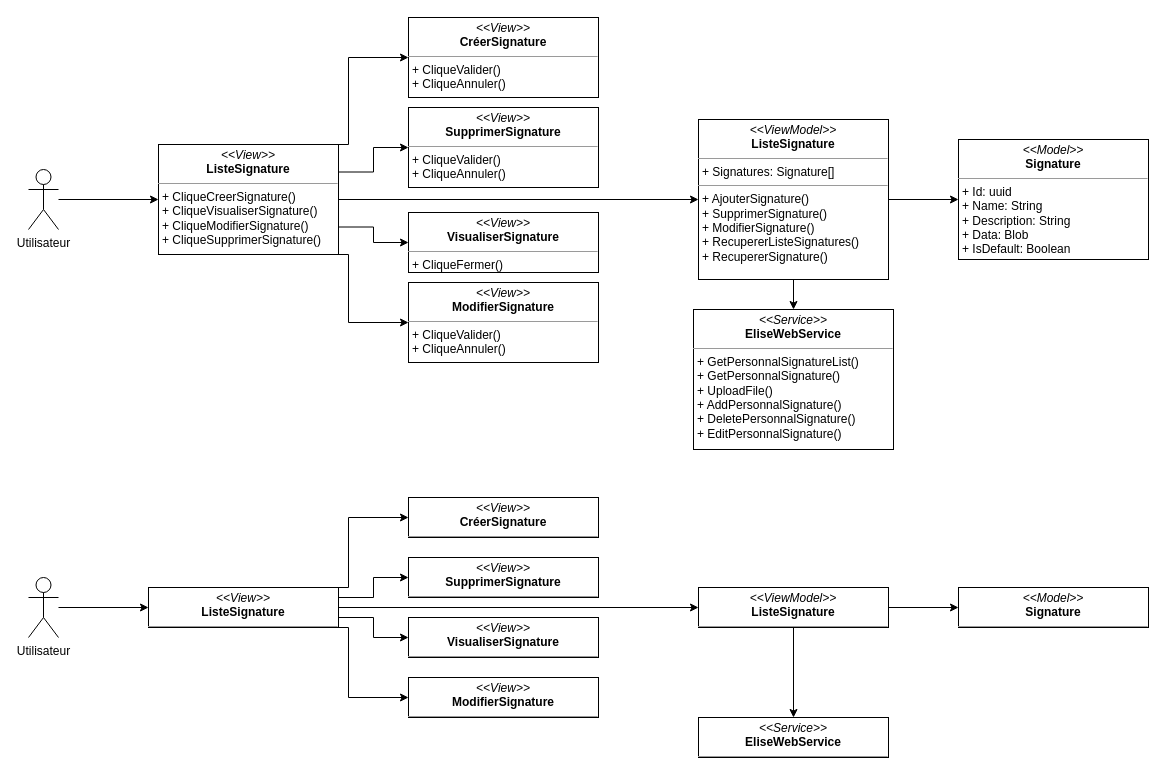
Above: dcpSignatures.drawio in PFE-Neoledge-2023/rapport (draw.io), before the change. Source tidied: cells renumbered, new cells numbered last; positions are measured from the earlier drawing's top-left corner, leaving out a move shared by most shapes. Both pictures are drawn from the tidied source at 100%, with x=0, y=0 at pixel (28, 17).
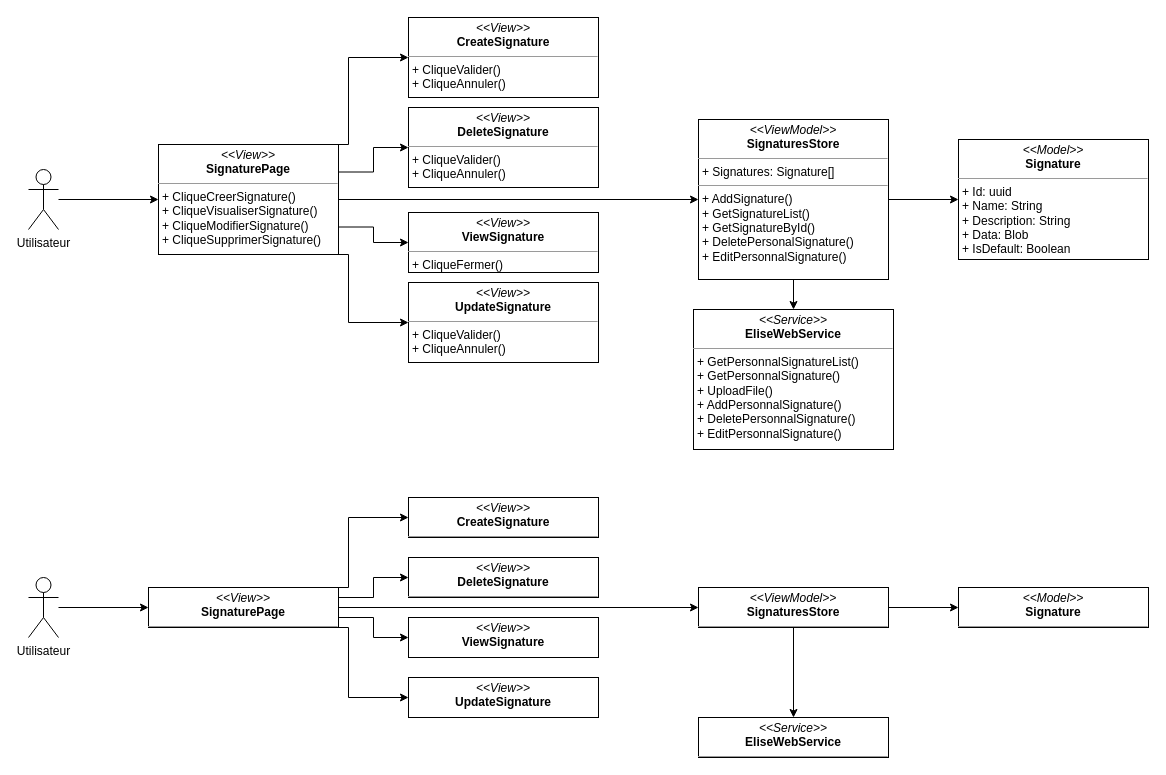
The same page after the edit.

The edit, as a diff of the source:
```diff
@@
-    <mxCell id="9" value="&lt;p style=&quot;margin:0px;margin-top:4px;text-align:center;&quot;&gt;&lt;i&gt;&amp;lt;&amp;lt;View&amp;gt;&amp;gt;&lt;/i&gt;&lt;br&gt;&lt;b&gt;ListeSignature&lt;/b&gt;&lt;/p&gt;&lt;hr style=&quot;border-color: var(--border-color);&quot; size=&quot;1&quot;&gt;&lt;p style=&quot;border-color: var(--border-color); margin: 0px 0px 0px 4px;&quot;&gt;+ CliqueCreerSignature()&lt;/p&gt;&lt;p style=&quot;border-color: var(--border-color); margin: 0px 0px 0px 4px;&quot;&gt;+ CliqueVisualiserSignature()&lt;/p&gt;&lt;p style=&quot;border-color: var(--border-color); margin: 0px 0px 0px 4px;&quot;&gt;+ CliqueModifierSignature()&lt;/p&gt;&lt;p style=&quot;border-color: var(--border-color); margin: 0px 0px 0px 4px;&quot;&gt;+ CliqueSupprimerSignature()&lt;/p&gt;" style="verticalAlign=top;align=left;overflow=fill;fontSize=12;fontFamily=Helvetica;html=1;whiteSpace=wrap;" parent="1" vertex="1">
+    <mxCell id="9" value="&lt;p style=&quot;margin:0px;margin-top:4px;text-align:center;&quot;&gt;&lt;i&gt;&amp;lt;&amp;lt;View&amp;gt;&amp;gt;&lt;/i&gt;&lt;br&gt;&lt;b&gt;SignaturePage&lt;/b&gt;&lt;br&gt;&lt;/p&gt;&lt;hr style=&quot;border-color: var(--border-color);&quot; size=&quot;1&quot;&gt;&lt;p style=&quot;border-color: var(--border-color); margin: 0px 0px 0px 4px;&quot;&gt;+ CliqueCreerSignature()&lt;/p&gt;&lt;p style=&quot;border-color: var(--border-color); margin: 0px 0px 0px 4px;&quot;&gt;+ CliqueVisualiserSignature()&lt;/p&gt;&lt;p style=&quot;border-color: var(--border-color); margin: 0px 0px 0px 4px;&quot;&gt;+ CliqueModifierSignature()&lt;/p&gt;&lt;p style=&quot;border-color: var(--border-color); margin: 0px 0px 0px 4px;&quot;&gt;+ CliqueSupprimerSignature()&lt;/p&gt;" style="verticalAlign=top;align=left;overflow=fill;fontSize=12;fontFamily=Helvetica;html=1;whiteSpace=wrap;" parent="1" vertex="1">
       <mxGeometry x="130" y="127" width="180" height="110" as="geometry" />
     </mxCell>
@@
-    <mxCell id="11" value="&lt;p style=&quot;margin:0px;margin-top:4px;text-align:center;&quot;&gt;&lt;i&gt;&amp;lt;&amp;lt;ViewModel&amp;gt;&amp;gt;&lt;/i&gt;&lt;br&gt;&lt;b&gt;ListeSignature&lt;/b&gt;&lt;/p&gt;&lt;hr size=&quot;1&quot;&gt;&lt;p style=&quot;margin:0px;margin-left:4px;&quot;&gt;+ Signatures: Signature[]&lt;br&gt;&lt;/p&gt;&lt;hr size=&quot;1&quot;&gt;&lt;p style=&quot;margin:0px;margin-left:4px;&quot;&gt;+ AjouterSignature()&lt;/p&gt;&lt;p style=&quot;margin:0px;margin-left:4px;&quot;&gt;+ SupprimerSignature()&lt;/p&gt;&lt;p style=&quot;margin:0px;margin-left:4px;&quot;&gt;+ ModifierSignature()&lt;/p&gt;&lt;p style=&quot;margin:0px;margin-left:4px;&quot;&gt;+ RecupererListeSignatures()&lt;/p&gt;&lt;p style=&quot;margin:0px;margin-left:4px;&quot;&gt;+ RecupererSignature()&lt;/p&gt;" style="verticalAlign=top;align=left;overflow=fill;fontSize=12;fontFamily=Helvetica;html=1;whiteSpace=wrap;" parent="1" vertex="1">
+    <mxCell id="11" value="&lt;p style=&quot;margin:0px;margin-top:4px;text-align:center;&quot;&gt;&lt;i&gt;&amp;lt;&amp;lt;ViewModel&amp;gt;&amp;gt;&lt;/i&gt;&lt;br&gt;&lt;b&gt;SignaturesStore&lt;/b&gt;&lt;/p&gt;&lt;hr size=&quot;1&quot;&gt;&lt;p style=&quot;margin:0px;margin-left:4px;&quot;&gt;+ Signatures: Signature[]&lt;br&gt;&lt;/p&gt;&lt;hr size=&quot;1&quot;&gt;&lt;p style=&quot;margin:0px;margin-left:4px;&quot;&gt;+ AddSignature()&lt;/p&gt;&lt;p style=&quot;margin:0px;margin-left:4px;&quot;&gt;+ GetSignatureList()&lt;/p&gt;&lt;p style=&quot;margin: 0px 0px 0px 4px;&quot;&gt;+ GetSignatureById()&lt;/p&gt;&lt;p style=&quot;margin:0px;margin-left:4px;&quot;&gt;+ DeletePersonalSignature()&lt;/p&gt;&lt;p style=&quot;margin:0px;margin-left:4px;&quot;&gt;+ EditPersonnalSignature()&lt;/p&gt;" style="verticalAlign=top;align=left;overflow=fill;fontSize=12;fontFamily=Helvetica;html=1;whiteSpace=wrap;" parent="1" vertex="1">
       <mxGeometry x="670" y="102" width="190" height="160" as="geometry" />
     </mxCell>
-    <mxCell id="12" value="&lt;p style=&quot;margin:0px;margin-top:4px;text-align:center;&quot;&gt;&lt;i&gt;&amp;lt;&amp;lt;View&amp;gt;&amp;gt;&lt;/i&gt;&lt;br&gt;&lt;b&gt;CréerSignature&lt;/b&gt;&lt;/p&gt;&lt;hr size=&quot;1&quot;&gt;&lt;p style=&quot;margin:0px;margin-left:4px;&quot;&gt;&lt;/p&gt;&lt;p style=&quot;margin:0px;margin-left:4px;&quot;&gt;+ CliqueValider()&lt;/p&gt;&lt;p style=&quot;margin:0px;margin-left:4px;&quot;&gt;+ CliqueAnnuler()&lt;/p&gt;" style="verticalAlign=top;align=left;overflow=fill;fontSize=12;fontFamily=Helvetica;html=1;whiteSpace=wrap;" parent="1" vertex="1">
+    <mxCell id="12" value="&lt;p style=&quot;margin:0px;margin-top:4px;text-align:center;&quot;&gt;&lt;i&gt;&amp;lt;&amp;lt;View&amp;gt;&amp;gt;&lt;/i&gt;&lt;br&gt;&lt;b&gt;CreateSignature&lt;/b&gt;&lt;/p&gt;&lt;hr size=&quot;1&quot;&gt;&lt;p style=&quot;margin:0px;margin-left:4px;&quot;&gt;&lt;/p&gt;&lt;p style=&quot;margin:0px;margin-left:4px;&quot;&gt;+ CliqueValider()&lt;/p&gt;&lt;p style=&quot;margin:0px;margin-left:4px;&quot;&gt;+ CliqueAnnuler()&lt;/p&gt;" style="verticalAlign=top;align=left;overflow=fill;fontSize=12;fontFamily=Helvetica;html=1;whiteSpace=wrap;" parent="1" vertex="1">
       <mxGeometry x="380" width="190" height="80" as="geometry" />
     </mxCell>
-    <mxCell id="13" value="&lt;p style=&quot;margin:0px;margin-top:4px;text-align:center;&quot;&gt;&lt;i&gt;&amp;lt;&amp;lt;View&amp;gt;&amp;gt;&lt;/i&gt;&lt;br&gt;&lt;b&gt;ModifierSignature&lt;/b&gt;&lt;/p&gt;&lt;hr size=&quot;1&quot;&gt;&lt;p style=&quot;margin:0px;margin-left:4px;&quot;&gt;&lt;/p&gt;&lt;p style=&quot;border-color: var(--border-color); margin: 0px 0px 0px 4px;&quot;&gt;+ CliqueValider()&lt;/p&gt;&lt;p style=&quot;border-color: var(--border-color); margin: 0px 0px 0px 4px;&quot;&gt;+ CliqueAnnuler()&lt;/p&gt;" style="verticalAlign=top;align=left;overflow=fill;fontSize=12;fontFamily=Helvetica;html=1;whiteSpace=wrap;" parent="1" vertex="1">
+    <mxCell id="13" value="&lt;p style=&quot;margin:0px;margin-top:4px;text-align:center;&quot;&gt;&lt;i&gt;&amp;lt;&amp;lt;View&amp;gt;&amp;gt;&lt;/i&gt;&lt;br&gt;&lt;b&gt;UpdateSignature&lt;/b&gt;&lt;/p&gt;&lt;hr size=&quot;1&quot;&gt;&lt;p style=&quot;margin:0px;margin-left:4px;&quot;&gt;&lt;/p&gt;&lt;p style=&quot;border-color: var(--border-color); margin: 0px 0px 0px 4px;&quot;&gt;+ CliqueValider()&lt;/p&gt;&lt;p style=&quot;border-color: var(--border-color); margin: 0px 0px 0px 4px;&quot;&gt;+ CliqueAnnuler()&lt;/p&gt;" style="verticalAlign=top;align=left;overflow=fill;fontSize=12;fontFamily=Helvetica;html=1;whiteSpace=wrap;" parent="1" vertex="1">
       <mxGeometry x="380" y="265" width="190" height="80" as="geometry" />
     </mxCell>
-    <mxCell id="14" value="&lt;p style=&quot;margin:0px;margin-top:4px;text-align:center;&quot;&gt;&lt;i&gt;&amp;lt;&amp;lt;View&amp;gt;&amp;gt;&lt;/i&gt;&lt;br&gt;&lt;b&gt;SupprimerSignature&lt;/b&gt;&lt;/p&gt;&lt;hr size=&quot;1&quot;&gt;&lt;p style=&quot;margin:0px;margin-left:4px;&quot;&gt;&lt;/p&gt;&lt;p style=&quot;border-color: var(--border-color); margin: 0px 0px 0px 4px;&quot;&gt;+ CliqueValider()&lt;/p&gt;&lt;p style=&quot;border-color: var(--border-color); margin: 0px 0px 0px 4px;&quot;&gt;+ CliqueAnnuler()&lt;/p&gt;" style="verticalAlign=top;align=left;overflow=fill;fontSize=12;fontFamily=Helvetica;html=1;whiteSpace=wrap;" parent="1" vertex="1">
+    <mxCell id="14" value="&lt;p style=&quot;margin:0px;margin-top:4px;text-align:center;&quot;&gt;&lt;i&gt;&amp;lt;&amp;lt;View&amp;gt;&amp;gt;&lt;/i&gt;&lt;br&gt;&lt;b&gt;DeleteSignature&lt;/b&gt;&lt;/p&gt;&lt;hr size=&quot;1&quot;&gt;&lt;p style=&quot;margin:0px;margin-left:4px;&quot;&gt;&lt;/p&gt;&lt;p style=&quot;border-color: var(--border-color); margin: 0px 0px 0px 4px;&quot;&gt;+ CliqueValider()&lt;/p&gt;&lt;p style=&quot;border-color: var(--border-color); margin: 0px 0px 0px 4px;&quot;&gt;+ CliqueAnnuler()&lt;/p&gt;" style="verticalAlign=top;align=left;overflow=fill;fontSize=12;fontFamily=Helvetica;html=1;whiteSpace=wrap;" parent="1" vertex="1">
       <mxGeometry x="380" y="90" width="190" height="80" as="geometry" />
     </mxCell>
-    <mxCell id="15" value="&lt;p style=&quot;margin:0px;margin-top:4px;text-align:center;&quot;&gt;&lt;i&gt;&amp;lt;&amp;lt;View&amp;gt;&amp;gt;&lt;/i&gt;&lt;br&gt;&lt;b&gt;VisualiserSignature&lt;/b&gt;&lt;/p&gt;&lt;hr size=&quot;1&quot;&gt;&lt;p style=&quot;margin:0px;margin-left:4px;&quot;&gt;&lt;/p&gt;&lt;p style=&quot;border-color: var(--border-color); margin: 0px 0px 0px 4px;&quot;&gt;+ CliqueFermer()&lt;/p&gt;" style="verticalAlign=top;align=left;overflow=fill;fontSize=12;fontFamily=Helvetica;html=1;whiteSpace=wrap;" parent="1" vertex="1">
+    <mxCell id="15" value="&lt;p style=&quot;margin:0px;margin-top:4px;text-align:center;&quot;&gt;&lt;i&gt;&amp;lt;&amp;lt;View&amp;gt;&amp;gt;&lt;/i&gt;&lt;br&gt;&lt;b&gt;ViewSignature&lt;/b&gt;&lt;/p&gt;&lt;hr size=&quot;1&quot;&gt;&lt;p style=&quot;margin:0px;margin-left:4px;&quot;&gt;&lt;/p&gt;&lt;p style=&quot;border-color: var(--border-color); margin: 0px 0px 0px 4px;&quot;&gt;+ CliqueFermer()&lt;/p&gt;" style="verticalAlign=top;align=left;overflow=fill;fontSize=12;fontFamily=Helvetica;html=1;whiteSpace=wrap;" parent="1" vertex="1">
       <mxGeometry x="380" y="195" width="190" height="60" as="geometry" />
     </mxCell>
@@
-    <mxCell id="26" value="&lt;p style=&quot;margin:0px;margin-top:4px;text-align:center;&quot;&gt;&lt;i&gt;&amp;lt;&amp;lt;View&amp;gt;&amp;gt;&lt;/i&gt;&lt;br&gt;&lt;b&gt;ListeSignature&lt;/b&gt;&lt;/p&gt;&lt;hr size=&quot;1&quot;&gt;&lt;p style=&quot;margin:0px;margin-left:4px;&quot;&gt;&lt;/p&gt;&lt;p style=&quot;margin:0px;margin-left:4px;&quot;&gt;&lt;br&gt;&lt;/p&gt;" style="verticalAlign=top;align=left;overflow=fill;fontSize=12;fontFamily=Helvetica;html=1;whiteSpace=wrap;" parent="1" vertex="1">
+    <mxCell id="26" value="&lt;p style=&quot;margin:0px;margin-top:4px;text-align:center;&quot;&gt;&lt;i&gt;&amp;lt;&amp;lt;View&amp;gt;&amp;gt;&lt;/i&gt;&lt;br&gt;&lt;b&gt;SignaturePage&lt;/b&gt;&lt;br&gt;&lt;/p&gt;&lt;hr size=&quot;1&quot;&gt;&lt;p style=&quot;margin:0px;margin-left:4px;&quot;&gt;&lt;/p&gt;&lt;p style=&quot;margin:0px;margin-left:4px;&quot;&gt;&lt;br&gt;&lt;/p&gt;" style="verticalAlign=top;align=left;overflow=fill;fontSize=12;fontFamily=Helvetica;html=1;whiteSpace=wrap;" parent="1" vertex="1">
       <mxGeometry x="120" y="570" width="190" height="40" as="geometry" />
     </mxCell>
@@
-    <mxCell id="28" value="&lt;p style=&quot;margin:0px;margin-top:4px;text-align:center;&quot;&gt;&lt;i&gt;&amp;lt;&amp;lt;ViewModel&amp;gt;&amp;gt;&lt;/i&gt;&lt;br&gt;&lt;b&gt;ListeSignature&lt;/b&gt;&lt;/p&gt;&lt;hr size=&quot;1&quot;&gt;&lt;p style=&quot;margin:0px;margin-left:4px;&quot;&gt;&lt;br&gt;&lt;/p&gt;" style="verticalAlign=top;align=left;overflow=fill;fontSize=12;fontFamily=Helvetica;html=1;whiteSpace=wrap;" parent="1" vertex="1">
+    <mxCell id="28" value="&lt;p style=&quot;margin:0px;margin-top:4px;text-align:center;&quot;&gt;&lt;i&gt;&amp;lt;&amp;lt;ViewModel&amp;gt;&amp;gt;&lt;/i&gt;&lt;br&gt;&lt;b&gt;SignaturesStore&lt;/b&gt;&lt;br&gt;&lt;/p&gt;&lt;hr size=&quot;1&quot;&gt;&lt;p style=&quot;margin:0px;margin-left:4px;&quot;&gt;&lt;br&gt;&lt;/p&gt;" style="verticalAlign=top;align=left;overflow=fill;fontSize=12;fontFamily=Helvetica;html=1;whiteSpace=wrap;" parent="1" vertex="1">
       <mxGeometry x="670" y="570" width="190" height="40" as="geometry" />
     </mxCell>
-    <mxCell id="29" value="&lt;p style=&quot;margin:0px;margin-top:4px;text-align:center;&quot;&gt;&lt;i&gt;&amp;lt;&amp;lt;View&amp;gt;&amp;gt;&lt;/i&gt;&lt;br&gt;&lt;b&gt;CréerSignature&lt;/b&gt;&lt;/p&gt;&lt;hr size=&quot;1&quot;&gt;&lt;p style=&quot;margin:0px;margin-left:4px;&quot;&gt;&lt;/p&gt;&lt;p style=&quot;margin:0px;margin-left:4px;&quot;&gt;&lt;br&gt;&lt;/p&gt;" style="verticalAlign=top;align=left;overflow=fill;fontSize=12;fontFamily=Helvetica;html=1;whiteSpace=wrap;" parent="1" vertex="1">
+    <mxCell id="29" value="&lt;p style=&quot;margin:0px;margin-top:4px;text-align:center;&quot;&gt;&lt;i&gt;&amp;lt;&amp;lt;View&amp;gt;&amp;gt;&lt;/i&gt;&lt;br&gt;&lt;b&gt;CreateSignature&lt;/b&gt;&lt;br&gt;&lt;/p&gt;&lt;hr size=&quot;1&quot;&gt;&lt;p style=&quot;margin:0px;margin-left:4px;&quot;&gt;&lt;/p&gt;&lt;p style=&quot;margin:0px;margin-left:4px;&quot;&gt;&lt;br&gt;&lt;/p&gt;" style="verticalAlign=top;align=left;overflow=fill;fontSize=12;fontFamily=Helvetica;html=1;whiteSpace=wrap;" parent="1" vertex="1">
       <mxGeometry x="380" y="480" width="190" height="40" as="geometry" />
     </mxCell>
-    <mxCell id="30" value="&lt;p style=&quot;margin:0px;margin-top:4px;text-align:center;&quot;&gt;&lt;i&gt;&amp;lt;&amp;lt;View&amp;gt;&amp;gt;&lt;/i&gt;&lt;br&gt;&lt;b&gt;ModifierSignature&lt;/b&gt;&lt;/p&gt;&lt;hr size=&quot;1&quot;&gt;&lt;p style=&quot;margin:0px;margin-left:4px;&quot;&gt;&lt;/p&gt;&lt;p style=&quot;margin:0px;margin-left:4px;&quot;&gt;&lt;br&gt;&lt;/p&gt;" style="verticalAlign=top;align=left;overflow=fill;fontSize=12;fontFamily=Helvetica;html=1;whiteSpace=wrap;" parent="1" vertex="1">
+    <mxCell id="30" value="&lt;p style=&quot;margin:0px;margin-top:4px;text-align:center;&quot;&gt;&lt;i&gt;&amp;lt;&amp;lt;View&amp;gt;&amp;gt;&lt;/i&gt;&lt;br&gt;&lt;b&gt;UpdateSignature&lt;/b&gt;&lt;br&gt;&lt;/p&gt;&lt;div&gt;&lt;b&gt;&lt;br&gt;&lt;/b&gt;&lt;/div&gt;&lt;hr size=&quot;1&quot;&gt;&lt;p style=&quot;margin:0px;margin-left:4px;&quot;&gt;&lt;/p&gt;&lt;p style=&quot;margin:0px;margin-left:4px;&quot;&gt;&lt;br&gt;&lt;/p&gt;" style="verticalAlign=top;align=left;overflow=fill;fontSize=12;fontFamily=Helvetica;html=1;whiteSpace=wrap;" parent="1" vertex="1">
       <mxGeometry x="380" y="660" width="190" height="40" as="geometry" />
     </mxCell>
-    <mxCell id="31" value="&lt;p style=&quot;margin:0px;margin-top:4px;text-align:center;&quot;&gt;&lt;i&gt;&amp;lt;&amp;lt;View&amp;gt;&amp;gt;&lt;/i&gt;&lt;br&gt;&lt;b&gt;SupprimerSignature&lt;/b&gt;&lt;/p&gt;&lt;hr size=&quot;1&quot;&gt;&lt;p style=&quot;margin:0px;margin-left:4px;&quot;&gt;&lt;/p&gt;&lt;p style=&quot;margin:0px;margin-left:4px;&quot;&gt;&lt;br&gt;&lt;/p&gt;" style="verticalAlign=top;align=left;overflow=fill;fontSize=12;fontFamily=Helvetica;html=1;whiteSpace=wrap;" parent="1" vertex="1">
+    <mxCell id="31" value="&lt;p style=&quot;margin:0px;margin-top:4px;text-align:center;&quot;&gt;&lt;i&gt;&amp;lt;&amp;lt;View&amp;gt;&amp;gt;&lt;/i&gt;&lt;br&gt;&lt;b&gt;DeleteSignature&lt;/b&gt;&lt;br&gt;&lt;/p&gt;&lt;hr size=&quot;1&quot;&gt;&lt;p style=&quot;margin:0px;margin-left:4px;&quot;&gt;&lt;/p&gt;&lt;p style=&quot;margin:0px;margin-left:4px;&quot;&gt;&lt;br&gt;&lt;/p&gt;" style="verticalAlign=top;align=left;overflow=fill;fontSize=12;fontFamily=Helvetica;html=1;whiteSpace=wrap;" parent="1" vertex="1">
       <mxGeometry x="380" y="540" width="190" height="40" as="geometry" />
     </mxCell>
-    <mxCell id="32" value="&lt;p style=&quot;margin:0px;margin-top:4px;text-align:center;&quot;&gt;&lt;i&gt;&amp;lt;&amp;lt;View&amp;gt;&amp;gt;&lt;/i&gt;&lt;br&gt;&lt;b&gt;VisualiserSignature&lt;/b&gt;&lt;/p&gt;&lt;hr size=&quot;1&quot;&gt;&lt;p style=&quot;margin:0px;margin-left:4px;&quot;&gt;&lt;/p&gt;&lt;p style=&quot;margin:0px;margin-left:4px;&quot;&gt;&lt;br&gt;&lt;/p&gt;" style="verticalAlign=top;align=left;overflow=fill;fontSize=12;fontFamily=Helvetica;html=1;whiteSpace=wrap;" parent="1" vertex="1">
+    <mxCell id="32" value="&lt;p style=&quot;margin:0px;margin-top:4px;text-align:center;&quot;&gt;&lt;i&gt;&amp;lt;&amp;lt;View&amp;gt;&amp;gt;&lt;/i&gt;&lt;br&gt;&lt;b&gt;ViewSignature&lt;/b&gt;&lt;br&gt;&lt;/p&gt;&lt;div&gt;&lt;b&gt;&lt;br&gt;&lt;/b&gt;&lt;/div&gt;&lt;hr size=&quot;1&quot;&gt;&lt;p style=&quot;margin:0px;margin-left:4px;&quot;&gt;&lt;/p&gt;&lt;p style=&quot;margin:0px;margin-left:4px;&quot;&gt;&lt;br&gt;&lt;/p&gt;" style="verticalAlign=top;align=left;overflow=fill;fontSize=12;fontFamily=Helvetica;html=1;whiteSpace=wrap;" parent="1" vertex="1">
       <mxGeometry x="380" y="600" width="190" height="40" as="geometry" />
     </mxCell>
```
